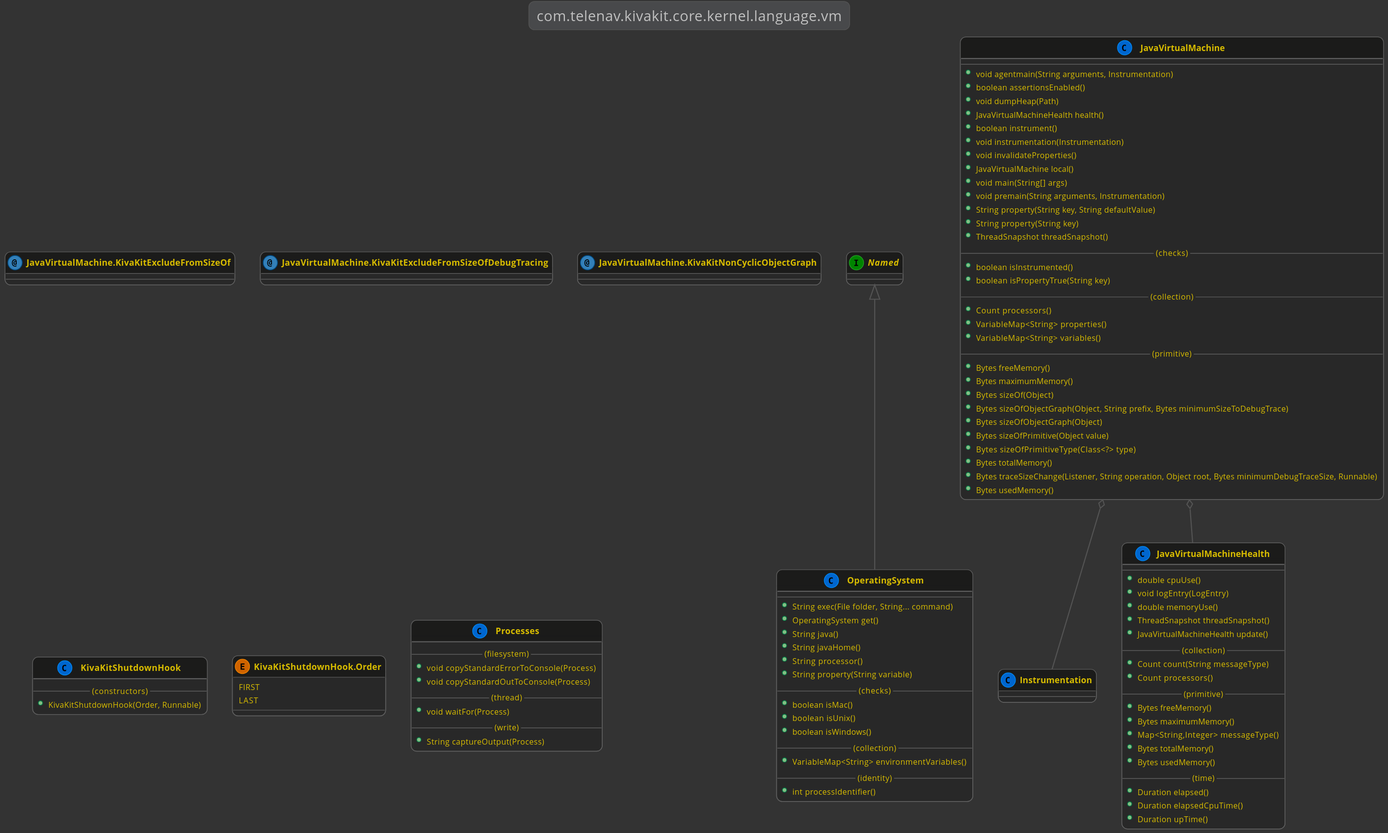
Before: kivakit-core/kernel/documentation/diagrams/com.telenav.kivakit.core.kernel.language.vm.svg, a diagram exported from PlantUML (Telenav/kivakit).
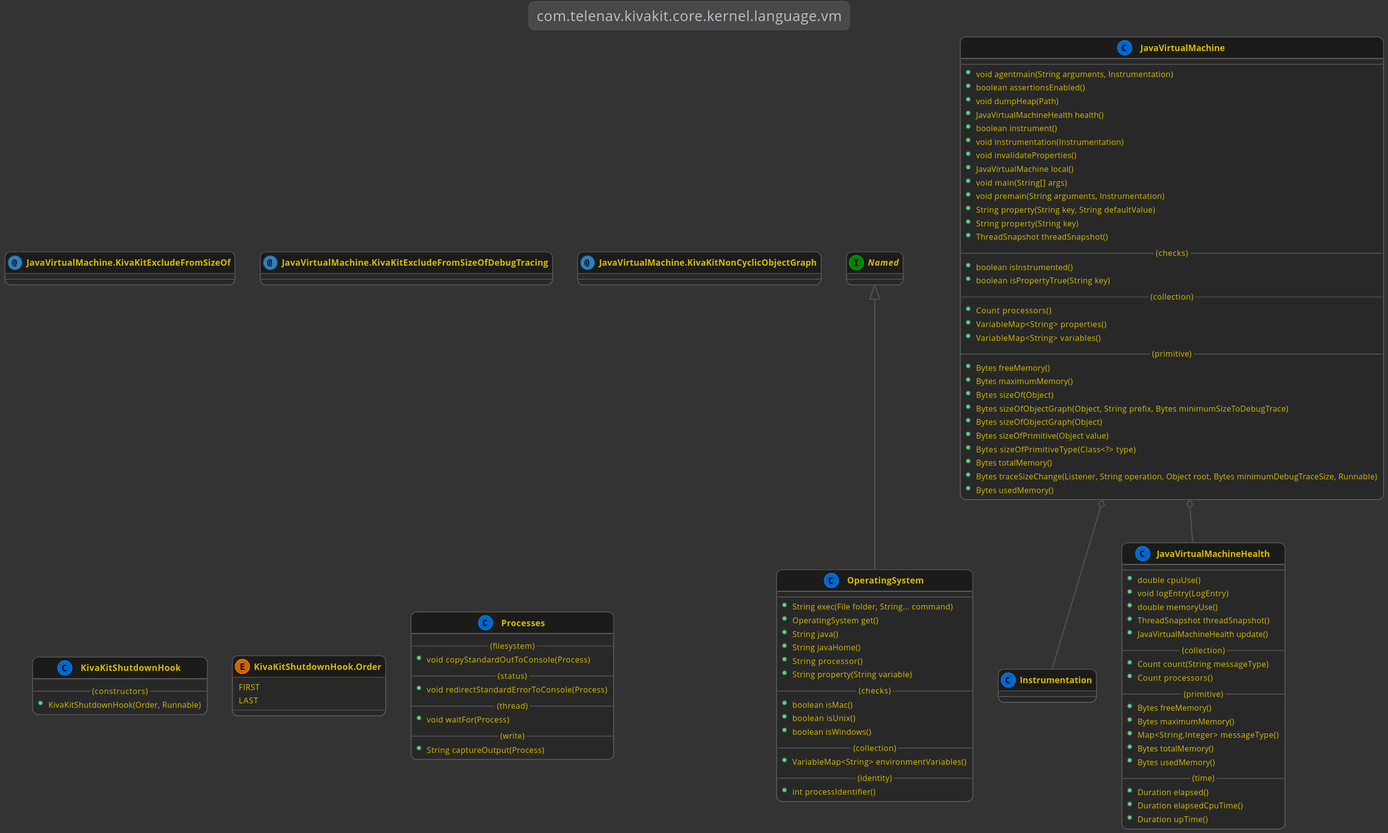
Above is the later version.

Diff of the diagram source:
```diff
@@ -108,8 +108,9 @@
     class Processes
     {
         --(filesystem)--
-        +void copyStandardErrorToConsole(Process)
         +void copyStandardOutToConsole(Process)
+        --(status)--
+        +void redirectStandardErrorToConsole(Process)
         --(thread)--
         +void waitFor(Process)
         --(write)--
```
